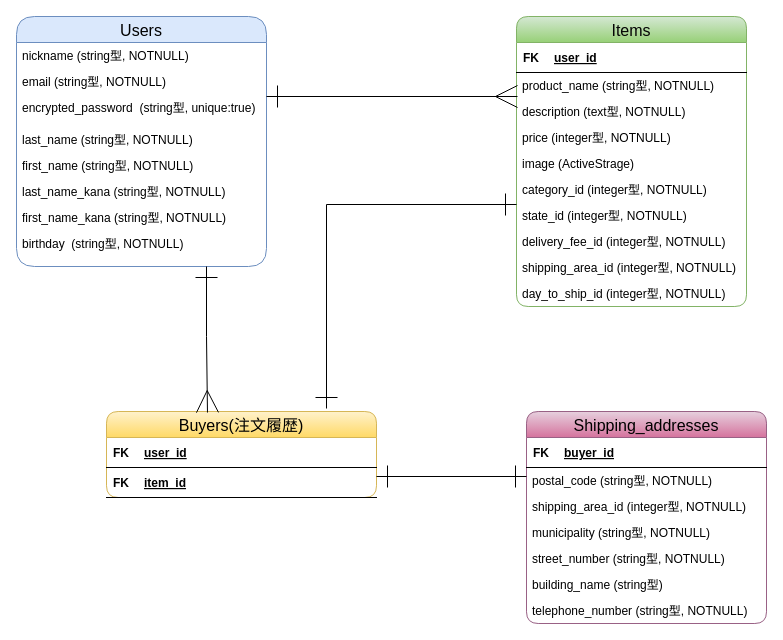
satoshi-takamatsu/furima-31891 keeps this draw.io diagram as furima.dio. Above is the earlier version. Source tidied: cells renumbered, new cells numbered last; positions are measured from the earlier drawing's top-left corner, leaving out a move shared by most shapes. Both pictures are drawn from the tidied source at 100%, with x=0, y=0 at pixel (16, 16).
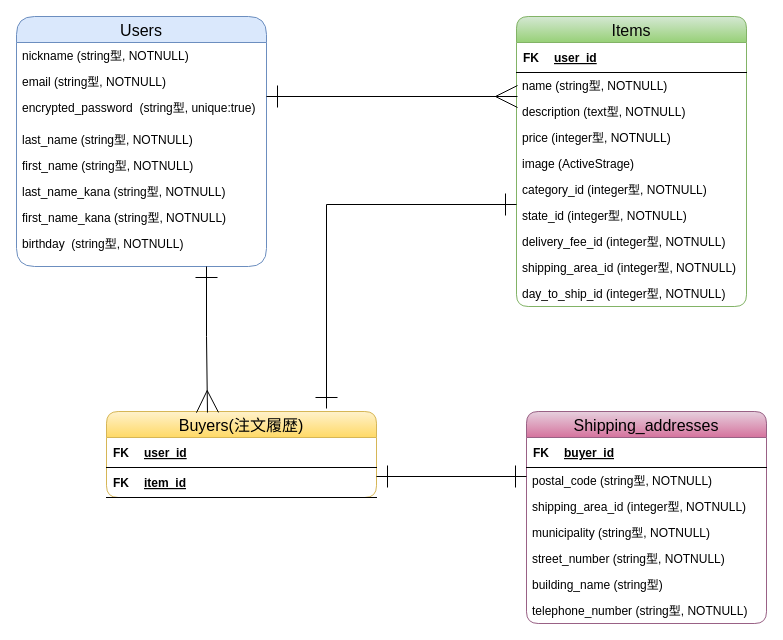
After the change.

Commit message (it also covers changes not shown here):
ER図,READMEコードレビュ修正2

The change refers to these unchanged cells:
```xml
<mxCell id="2" value="Items" style="swimlane;fontStyle=0;horizontal=1;startSize=26;fillColor=#d5e8d4;rounded=1;gradientColor=#97d077;strokeColor=#82b366;fontSize=16;fontColor=#050505;" parent="1" vertex="1">
  <mxGeometry x="500" width="230" height="290" as="geometry" />
</mxCell>
```

Diff of the diagram source:
```diff
@@
-    <mxCell id="6" value="product_name (string型, NOTNULL)" style="text;strokeColor=none;fillColor=none;align=left;verticalAlign=top;spacingLeft=4;spacingRight=4;overflow=hidden;" parent="2" vertex="1">
+    <mxCell id="6" value="name (string型, NOTNULL)" style="text;strokeColor=none;fillColor=none;align=left;verticalAlign=top;spacingLeft=4;spacingRight=4;overflow=hidden;" parent="2" vertex="1">
       <mxGeometry y="56" width="230" height="26" as="geometry" />
     </mxCell>
```
